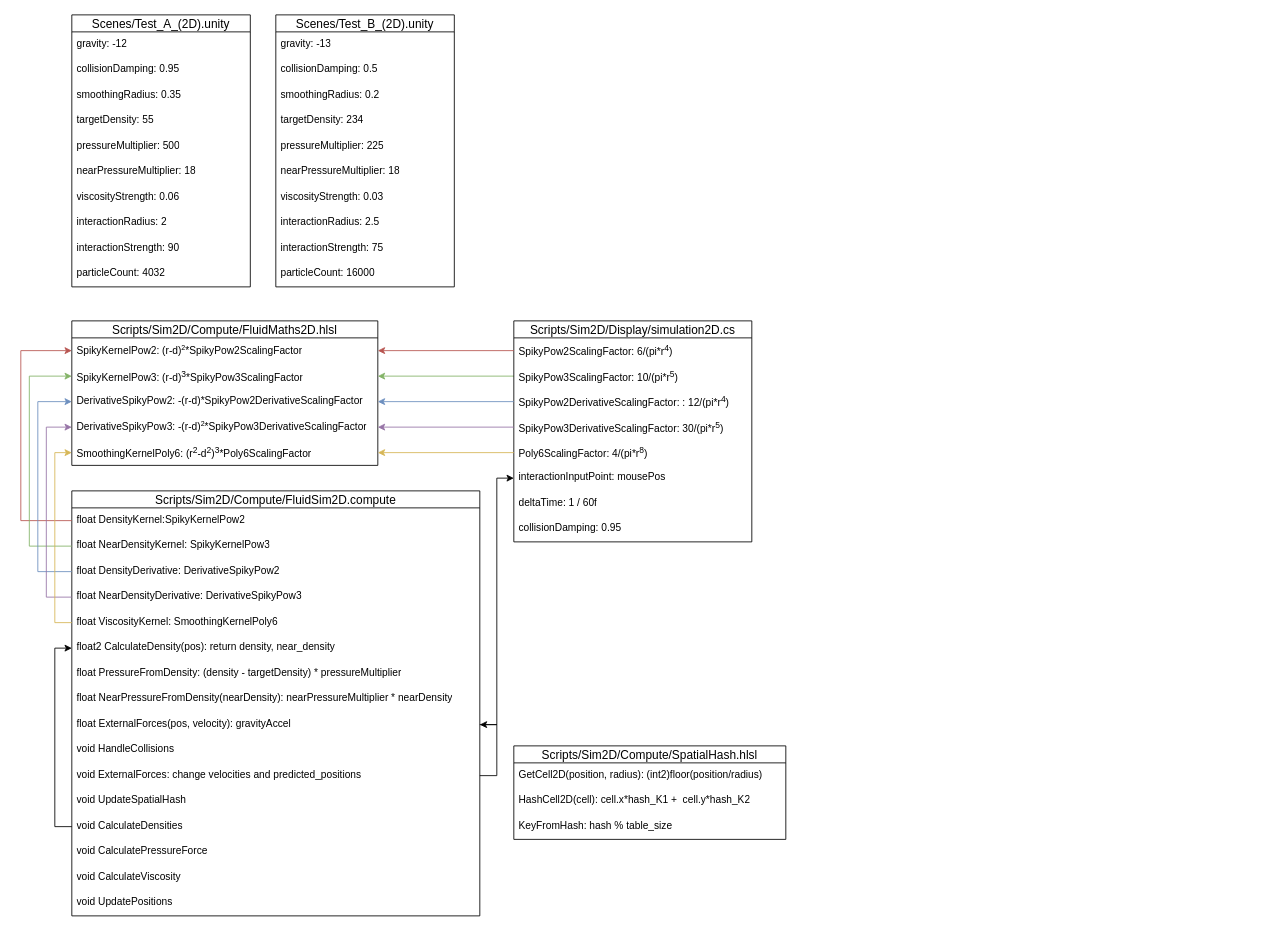
Before: Fluid-Sim.drawio in RiemannLee19/UMLs, a draw.io diagram. Source tidied: cells renumbered, new cells numbered last; positions are measured from the earlier drawing's top-left corner, leaving out a move shared by most shapes. Both pictures are drawn from the tidied source at 85%, with x=0, y=0 at pixel (20, 14).
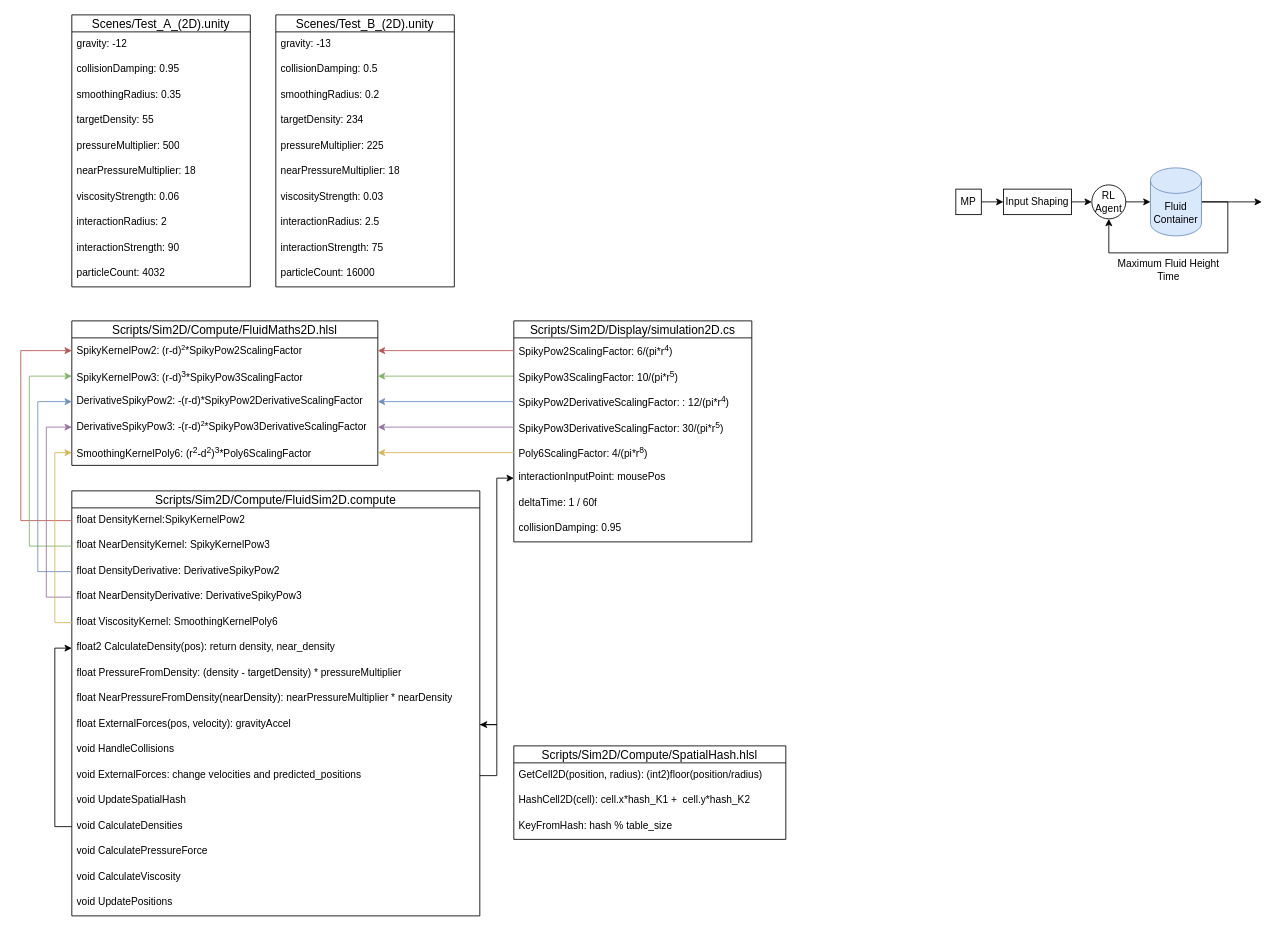
The same page after the edit.

Diff of the diagram source:
```diff
@@
+    <mxCell id="73" value="RL&lt;div&gt;Agent&lt;/div&gt;" style="ellipse;whiteSpace=wrap;html=1;" parent="1" vertex="1">
+      <mxGeometry x="1260" y="200" width="40" height="40" as="geometry" />
+    </mxCell>
+    <mxCell id="74" style="edgeStyle=orthogonalEdgeStyle;rounded=0;jettySize=auto;html=1;exitX=1;exitY=0.5;exitDx=0;exitDy=0;entryX=0;entryY=0.5;entryDx=0;entryDy=0;" parent="1" edge="1" source="75" target="73">
+      <mxGeometry relative="1" as="geometry" />
+    </mxCell>
+    <mxCell id="75" value="Input Shaping" style="rounded=0;whiteSpace=wrap;html=1;" parent="1" vertex="1">
+      <mxGeometry x="1156" y="205" width="80" height="30" as="geometry" />
+    </mxCell>
+    <mxCell id="76" style="edgeStyle=orthogonalEdgeStyle;rounded=0;jettySize=auto;html=1;exitX=1;exitY=0.5;exitDx=0;exitDy=0;entryX=0;entryY=0.5;entryDx=0;entryDy=0;" parent="1" edge="1" source="77" target="75">
+      <mxGeometry relative="1" as="geometry" />
+    </mxCell>
+    <mxCell id="77" value="MP" style="rounded=0;whiteSpace=wrap;html=1;" parent="1" vertex="1">
+      <mxGeometry x="1100" y="205" width="30" height="30" as="geometry" />
+    </mxCell>
+    <mxCell id="78" style="edgeStyle=orthogonalEdgeStyle;rounded=0;jettySize=auto;html=1;exitX=1;exitY=0.5;exitDx=0;exitDy=0;exitPerimeter=0;entryX=0.5;entryY=1;entryDx=0;entryDy=0;" parent="1" edge="1" source="80" target="73">
+      <mxGeometry relative="1" as="geometry">
+        <Array as="points">
+          <mxPoint x="1420" y="220" />
+          <mxPoint x="1420" y="280" />
+          <mxPoint x="1280" y="280" />
+        </Array>
+      </mxGeometry>
+    </mxCell>
+    <mxCell id="79" style="edgeStyle=orthogonalEdgeStyle;rounded=0;jettySize=auto;html=1;exitX=1;exitY=0.5;exitDx=0;exitDy=0;exitPerimeter=0;" parent="1" edge="1" source="80">
+      <mxGeometry relative="1" as="geometry">
+        <mxPoint x="1460" y="220" as="targetPoint" />
+      </mxGeometry>
+    </mxCell>
+    <mxCell id="80" value="&lt;div&gt;Fluid&lt;/div&gt;Container" style="shape=cylinder3;whiteSpace=wrap;html=1;boundedLbl=1;backgroundOutline=1;size=15;fillColor=#dae8fc;strokeColor=#6c8ebf;" parent="1" vertex="1">
+      <mxGeometry x="1329" y="180" width="60" height="80" as="geometry" />
+    </mxCell>
+    <mxCell id="81" style="edgeStyle=orthogonalEdgeStyle;rounded=0;jettySize=auto;html=1;exitX=1;exitY=0.5;exitDx=0;exitDy=0;entryX=0;entryY=0.5;entryDx=0;entryDy=0;entryPerimeter=0;" parent="1" edge="1" source="73" target="80">
+      <mxGeometry relative="1" as="geometry" />
+    </mxCell>
+    <mxCell id="82" value="Maximum Fluid Height&lt;div&gt;Time&lt;/div&gt;" style="text;html=1;align=center;verticalAlign=middle;strokeColor=none;fillColor=none;" parent="1" vertex="1">
+      <mxGeometry x="1280" y="280" width="140" height="40" as="geometry" />
+    </mxCell>
```
